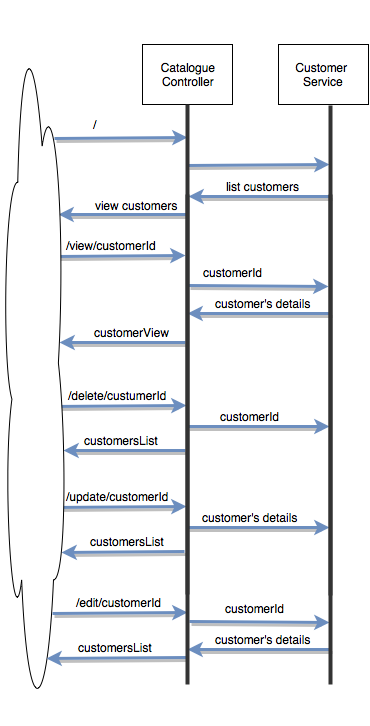
amadeoas/spring-customerform keeps this draw.io diagram as docs/customerform_flowDiagram.png. Above is the earlier version. Source tidied: cells renumbered, new cells last; positions are measured from the earlier drawing's top-left corner, leaving out a move shared by most shapes.
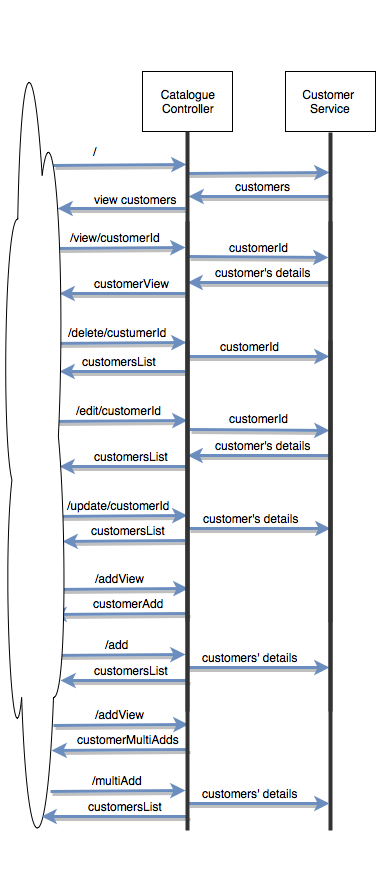
Later version of the same file.

Commit message:
- Update flow diagram

Diff of the diagram source:
```diff
@@ -6,45 +6,46 @@
       <mxGeometry x="141" y="43" width="90" height="60" as="geometry" />
     </mxCell>
     <mxCell id="3" value="Customer&amp;nbsp; Service&lt;br&gt;" style="whiteSpace=wrap;html=1;" parent="1" vertex="1">
-      <mxGeometry x="277" y="43" width="90" height="60" as="geometry" />
+      <mxGeometry x="284" y="43" width="90" height="60" as="geometry" />
     </mxCell>
-    <mxCell id="4" style="endArrow=classic;html=1;plain-blue;shadow=1;strokeWidth=3;entryX=0.067;entryY=0.5;entryPerimeter=0;" parent="1" edge="1" target="32">
+    <mxCell id="4" style="endArrow=classic;html=1;plain-blue;shadow=1;strokeWidth=3;entryX=0.067;entryY=0.5;entryPerimeter=0;" parent="1" edge="1">
       <mxGeometry relative="1" as="geometry">
-        <mxPoint x="53" y="137" as="sourcePoint" />
+        <mxPoint x="52" y="137" as="sourcePoint" />
+        <mxPoint x="185" y="136" as="targetPoint" />
       </mxGeometry>
     </mxCell>
     <mxCell id="5" style="endArrow=classic;html=1;strokeWidth=3;shadow=1;plain-blue;entryX=0.158;entryY=0.6;entryPerimeter=0;" parent="1" edge="1">
-      <mxGeometry x="196" y="191" as="geometry">
-        <mxPoint x="186" y="164" as="sourcePoint" />
-        <mxPoint x="328" y="163" as="targetPoint" />
+      <mxGeometry x="196" y="172" as="geometry">
+        <mxPoint x="186" y="145" as="sourcePoint" />
+        <mxPoint x="328" y="144" as="targetPoint" />
       </mxGeometry>
     </mxCell>
     <mxCell id="6" style="endArrow=classic;html=1;entryX=0.348;entryY=0.4;entryPerimeter=0;strokeWidth=3;shadow=1;plain-blue;" parent="1" edge="1">
-      <mxGeometry x="81" y="211" as="geometry">
-        <mxPoint x="329" y="195" as="sourcePoint" />
-        <mxPoint x="187" y="195" as="targetPoint" />
+      <mxGeometry x="81" y="184" as="geometry">
+        <mxPoint x="329" y="168" as="sourcePoint" />
+        <mxPoint x="187" y="168" as="targetPoint" />
       </mxGeometry>
     </mxCell>
-    <mxCell id="7" value="list customers&lt;br&gt;" style="text;html=1;align=center;verticalAlign=middle;labelBackgroundColor=#ffffff;" parent="6" vertex="1">
+    <mxCell id="7" value="customers&lt;br&gt;" style="text;html=1;align=center;verticalAlign=middle;labelBackgroundColor=#ffffff;" parent="6" vertex="1">
       <mxGeometry x="-0.39" y="-2" relative="1" as="geometry">
         <mxPoint x="-25" y="-9" as="offset" />
       </mxGeometry>
     </mxCell>
     <mxCell id="8" style="endArrow=classic;html=1;plain-blue;shadow=1;strokeWidth=3;entryX=0.308;entryY=0.5;entryPerimeter=0;" parent="1" edge="1">
-      <mxGeometry x="67" y="282" as="geometry">
-        <mxPoint x="57" y="255" as="sourcePoint" />
-        <mxPoint x="184" y="254" as="targetPoint" />
+      <mxGeometry x="67" y="247" as="geometry">
+        <mxPoint x="57" y="220" as="sourcePoint" />
+        <mxPoint x="184" y="219" as="targetPoint" />
       </mxGeometry>
     </mxCell>
     <mxCell id="9" value="/view/customerId" style="text;html=1;align=center;verticalAlign=middle;labelBackgroundColor=#ffffff;" parent="8" vertex="1">
       <mxGeometry x="-0.39" y="-2" relative="1" as="geometry">
-        <mxPoint x="13" y="-13" as="offset" />
+        <mxPoint x="17" y="-13" as="offset" />
       </mxGeometry>
     </mxCell>
     <mxCell id="10" style="endArrow=classic;html=1;plain-blue;shadow=1;strokeWidth=3;entryX=0.582;entryY=0.2;entryPerimeter=0;" parent="1" edge="1">
-      <mxGeometry x="60" y="431" as="geometry">
-        <mxPoint x="50" y="405" as="sourcePoint" />
-        <mxPoint x="185" y="404" as="targetPoint" />
+      <mxGeometry x="60" y="341" as="geometry">
+        <mxPoint x="50" y="315" as="sourcePoint" />
+        <mxPoint x="185" y="314" as="targetPoint" />
       </mxGeometry>
     </mxCell>
     <mxCell id="11" value="/delete/custumerId" style="text;html=1;align=center;verticalAlign=middle;labelBackgroundColor=#ffffff;" parent="10" vertex="1">
@@ -53,11 +54,11 @@
       </mxGeometry>
     </mxCell>
     <mxCell id="12" style="endArrow=classic;html=1;plain-blue;shadow=1;strokeWidth=3;entryX=0.985;entryY=0.648;entryPerimeter=0;" parent="1" edge="1">
-      <mxGeometry x="295" y="330" as="geometry">
-        <mxPoint x="184" y="341" as="sourcePoint" />
-        <mxPoint x="58" y="341" as="targetPoint" />
+      <mxGeometry x="295" y="254" as="geometry">
+        <mxPoint x="184" y="265" as="sourcePoint" />
+        <mxPoint x="58" y="265" as="targetPoint" />
         <Array as="points">
-          <mxPoint x="66" y="341" />
+          <mxPoint x="66" y="265" />
         </Array>
       </mxGeometry>
     </mxCell>
@@ -66,9 +67,10 @@
         <mxPoint x="-15" y="-9" as="offset" />
       </mxGeometry>
     </mxCell>
-    <mxCell id="14" style="endArrow=classic;html=1;strokeWidth=3;shadow=1;plain-blue;entryX=0.923;entryY=0.543;entryPerimeter=0;exitX=0.224;exitY=0.6;exitPerimeter=0;" parent="1" edge="1" source="32">
-      <mxGeometry x="-33" y="221" as="geometry">
-        <mxPoint x="57" y="213" as="targetPoint" />
+    <mxCell id="14" style="endArrow=classic;html=1;strokeWidth=3;shadow=1;plain-blue;entryX=0.923;entryY=0.543;entryPerimeter=0;exitX=0.224;exitY=0.6;exitPerimeter=0;" parent="1" edge="1">
+      <mxGeometry x="-34" y="188" as="geometry">
+        <mxPoint x="184" y="180" as="sourcePoint" />
+        <mxPoint x="56" y="180" as="targetPoint" />
       </mxGeometry>
     </mxCell>
     <mxCell id="15" value="view customers&lt;br&gt;" style="text;html=1;align=center;verticalAlign=middle;labelBackgroundColor=none;" parent="14" vertex="1">
@@ -77,9 +79,9 @@
       </mxGeometry>
     </mxCell>
     <mxCell id="16" style="endArrow=classic;html=1;plain-blue;shadow=1;strokeWidth=3;entryX=0.661;entryY=0.3;entryPerimeter=0;exitX=0.424;exitY=0.4;exitPerimeter=0;" parent="1" edge="1">
-      <mxGeometry x="202" y="307" as="geometry">
-        <mxPoint x="329" y="312" as="sourcePoint" />
-        <mxPoint x="186" y="312" as="targetPoint" />
+      <mxGeometry x="202" y="249" as="geometry">
+        <mxPoint x="329" y="254" as="sourcePoint" />
+        <mxPoint x="186" y="254" as="targetPoint" />
       </mxGeometry>
     </mxCell>
     <mxCell id="17" value="customer's details&lt;br&gt;" style="text;html=1;align=center;verticalAlign=middle;labelBackgroundColor=#ffffff;" parent="16" vertex="1">
@@ -87,10 +89,10 @@
         <mxPoint x="-24" y="-9" as="offset" />
       </mxGeometry>
     </mxCell>
-    <mxCell id="18" style="endArrow=classic;html=1;entryX=0.348;entryY=0.4;entryPerimeter=0;strokeWidth=3;shadow=1;plain-blue;" parent="1" edge="1">
-      <mxGeometry x="-44" y="465" as="geometry">
-        <mxPoint x="184" y="449" as="sourcePoint" />
-        <mxPoint x="62" y="449" as="targetPoint" />
+    <mxCell id="18" style="endArrow=classic;html=1;entryX=0.892;entryY=0.517;entryPerimeter=0;strokeWidth=3;shadow=1;plain-blue;" parent="1" edge="1">
+      <mxGeometry x="-44" y="359" as="geometry">
+        <mxPoint x="184" y="343" as="sourcePoint" />
+        <mxPoint x="58" y="343" as="targetPoint" />
       </mxGeometry>
     </mxCell>
     <mxCell id="19" value="customersList" style="text;html=1;align=center;verticalAlign=middle;labelBackgroundColor=#ffffff;" parent="18" vertex="1">
@@ -99,9 +101,9 @@
       </mxGeometry>
     </mxCell>
     <mxCell id="20" style="endArrow=classic;html=1;strokeWidth=3;shadow=1;plain-blue;entryX=0.61;entryY=0.6;entryPerimeter=0;" parent="1" edge="1">
-      <mxGeometry x="191" y="453" as="geometry">
-        <mxPoint x="186" y="425" as="sourcePoint" />
-        <mxPoint x="328" y="425" as="targetPoint" />
+      <mxGeometry x="191" y="356" as="geometry">
+        <mxPoint x="186" y="328" as="sourcePoint" />
+        <mxPoint x="328" y="328" as="targetPoint" />
       </mxGeometry>
     </mxCell>
     <mxCell id="21" value="customerId" style="text;html=1;align=center;verticalAlign=middle;labelBackgroundColor=#ffffff;" parent="20" vertex="1">
@@ -113,18 +115,20 @@
       <mxGeometry x="90" y="114" width="20" height="20" as="geometry" />
     </mxCell>
     <mxCell id="23" style="endArrow=classic;html=1;strokeWidth=3;shadow=1;plain-blue;" parent="1" edge="1">
-      <mxGeometry x="197" y="311" as="geometry">
-        <mxPoint x="187" y="284" as="sourcePoint" />
-        <mxPoint x="327" y="285" as="targetPoint" />
+      <mxGeometry x="197" y="255" as="geometry">
+        <mxPoint x="187" y="228" as="sourcePoint" />
+        <mxPoint x="327" y="229" as="targetPoint" />
       </mxGeometry>
     </mxCell>
-    <mxCell id="24" value="customerId" style="text;html=1;align=left;verticalAlign=top;spacingTop=-4;" parent="1" vertex="1">
-      <mxGeometry x="200" y="262" width="70" height="20" as="geometry" />
-    </mxCell>
+    <mxCell id="44" value="customerId" style="text;html=1;align=center;verticalAlign=middle;labelBackgroundColor=#ffffff;" parent="23" vertex="1">
+      <mxGeometry relative="1" as="geometry">
+        <mxPoint y="-10" as="offset" />
+      </mxGeometry>
+    </mxCell>
     <mxCell id="25" style="endArrow=classic;html=1;plain-blue;shadow=1;strokeWidth=3;entryX=0.582;entryY=0.2;entryPerimeter=0;" parent="1" edge="1">
-      <mxGeometry x="60" y="532" as="geometry">
-        <mxPoint x="50" y="506" as="sourcePoint" />
-        <mxPoint x="185" y="505" as="targetPoint" />
+      <mxGeometry x="61" y="514" as="geometry">
+        <mxPoint x="51" y="488" as="sourcePoint" />
+        <mxPoint x="186" y="487" as="targetPoint" />
       </mxGeometry>
     </mxCell>
     <mxCell id="26" value="/update/customerId" style="text;html=1;align=center;verticalAlign=middle;labelBackgroundColor=#ffffff;" parent="25" vertex="1">
@@ -133,9 +137,9 @@
       </mxGeometry>
     </mxCell>
     <mxCell id="27" style="endArrow=classic;html=1;strokeWidth=3;shadow=1;plain-blue;exitX=0.894;exitY=-0.1;exitPerimeter=0;entryX=0.969;entryY=0.762;entryPerimeter=0;" parent="1" edge="1">
-      <mxGeometry x="-53" y="566" as="geometry">
-        <mxPoint x="183" y="550" as="sourcePoint" />
-        <mxPoint x="60" y="551" as="targetPoint" />
+      <mxGeometry x="-52" y="528" as="geometry">
+        <mxPoint x="184" y="512" as="sourcePoint" />
+        <mxPoint x="61" y="513" as="targetPoint" />
       </mxGeometry>
     </mxCell>
     <mxCell id="28" value="customersList" style="text;html=1;align=center;verticalAlign=middle;labelBackgroundColor=#ffffff;" parent="27" vertex="1">
@@ -144,9 +148,9 @@
       </mxGeometry>
     </mxCell>
     <mxCell id="29" style="endArrow=classic;html=1;strokeWidth=3;shadow=1;plain-blue;entryX=0.61;entryY=0.6;entryPerimeter=0;" parent="1" edge="1">
-      <mxGeometry x="191" y="554" as="geometry">
-        <mxPoint x="186" y="526" as="sourcePoint" />
-        <mxPoint x="328" y="526" as="targetPoint" />
+      <mxGeometry x="192" y="528" as="geometry">
+        <mxPoint x="187" y="500" as="sourcePoint" />
+        <mxPoint x="329" y="500" as="targetPoint" />
       </mxGeometry>
     </mxCell>
     <mxCell id="30" value="customer's details&lt;br&gt;" style="text;html=1;align=center;verticalAlign=middle;labelBackgroundColor=#ffffff;" parent="29" vertex="1">
@@ -154,19 +158,10 @@
         <mxPoint x="19" y="-13" as="offset" />
       </mxGeometry>
     </mxCell>
-    <mxCell id="31" style="ellipse;shape=cloud;whiteSpace=wrap;html=1;" parent="1" vertex="1">
-      <mxGeometry width="65" height="723" as="geometry" />
-    </mxCell>
-    <mxCell id="32" style="line;direction=south;html=1;strokeColor=#333333;" parent="1" vertex="1">
-      <mxGeometry x="181" y="103" width="10" height="490" as="geometry" />
-    </mxCell>
-    <mxCell id="33" style="line;direction=south;html=1;strokeColor=#333333;" parent="1" vertex="1">
-      <mxGeometry x="324" y="104" width="10" height="490" as="geometry" />
-    </mxCell>
     <mxCell id="34" style="endArrow=classic;html=1;plain-blue;shadow=1;strokeWidth=3;entryX=0.582;entryY=0.2;entryPerimeter=0;" parent="1" edge="1">
-      <mxGeometry x="61" y="638" as="geometry">
-        <mxPoint x="51" y="612" as="sourcePoint" />
-        <mxPoint x="186" y="611" as="targetPoint" />
+      <mxGeometry x="61" y="419" as="geometry">
+        <mxPoint x="51" y="393" as="sourcePoint" />
+        <mxPoint x="186" y="392" as="targetPoint" />
       </mxGeometry>
     </mxCell>
     <mxCell id="35" value="/edit/customerId" style="text;html=1;align=center;verticalAlign=middle;labelBackgroundColor=#ffffff;" parent="34" vertex="1">
@@ -174,21 +169,21 @@
         <mxPoint x="25" y="-13" as="offset" />
       </mxGeometry>
     </mxCell>
-    <mxCell id="36" style="endArrow=classic;html=1;strokeWidth=3;shadow=1;plain-blue;exitX=0.894;exitY=-0.1;exitPerimeter=0;" parent="1" edge="1">
-      <mxGeometry x="-51" y="672" as="geometry">
-        <mxPoint x="185" y="656" as="sourcePoint" />
-        <mxPoint x="45" y="657" as="targetPoint" />
+    <mxCell id="36" style="endArrow=classic;html=1;strokeWidth=3;shadow=1;plain-blue;entryX=0.985;entryY=0.739;entryPerimeter=0;" parent="1" edge="1">
+      <mxGeometry x="-57" y="452" as="geometry">
+        <mxPoint x="186" y="438" as="sourcePoint" />
+        <mxPoint x="58" y="438" as="targetPoint" />
       </mxGeometry>
     </mxCell>
     <mxCell id="37" value="customersList" style="text;html=1;align=center;verticalAlign=middle;labelBackgroundColor=#ffffff;" parent="36" vertex="1">
       <mxGeometry x="-0.39" y="-2" relative="1" as="geometry">
-        <mxPoint x="-28" y="-9" as="offset" />
+        <mxPoint x="-18" y="-9" as="offset" />
       </mxGeometry>
     </mxCell>
     <mxCell id="38" style="endArrow=classic;html=1;plain-blue;shadow=1;strokeWidth=3;entryX=0.661;entryY=0.3;entryPerimeter=0;exitX=0.424;exitY=0.4;exitPerimeter=0;" parent="1" edge="1">
-      <mxGeometry x="202" y="643" as="geometry">
-        <mxPoint x="329" y="648" as="sourcePoint" />
-        <mxPoint x="186" y="648" as="targetPoint" />
+      <mxGeometry x="202" y="422" as="geometry">
+        <mxPoint x="329" y="427" as="sourcePoint" />
+        <mxPoint x="186" y="427" as="targetPoint" />
       </mxGeometry>
     </mxCell>
     <mxCell id="39" value="customer's details&lt;br&gt;" style="text;html=1;align=center;verticalAlign=middle;labelBackgroundColor=#ffffff;" parent="38" vertex="1">
@@ -197,19 +192,142 @@
       </mxGeometry>
     </mxCell>
     <mxCell id="40" style="endArrow=classic;html=1;strokeWidth=3;shadow=1;plain-blue;" parent="1" edge="1">
-      <mxGeometry x="198" y="647" as="geometry">
-        <mxPoint x="188" y="620" as="sourcePoint" />
-        <mxPoint x="328" y="621" as="targetPoint" />
+      <mxGeometry x="198" y="428" as="geometry">
+        <mxPoint x="188" y="401" as="sourcePoint" />
+        <mxPoint x="328" y="402" as="targetPoint" />
       </mxGeometry>
     </mxCell>
+    <mxCell id="45" value="customerId" style="text;html=1;align=center;verticalAlign=middle;labelBackgroundColor=#ffffff;" parent="40" vertex="1">
+      <mxGeometry relative="1" as="geometry">
+        <mxPoint x="-1" y="-12" as="offset" />
+      </mxGeometry>
+    </mxCell>
+    <mxCell id="46" style="endArrow=classic;html=1;plain-blue;shadow=1;strokeWidth=3;entryX=0.582;entryY=0.2;entryPerimeter=0;" parent="1" edge="1">
+      <mxGeometry x="62" y="587" as="geometry">
+        <mxPoint x="52" y="561" as="sourcePoint" />
+        <mxPoint x="187" y="560" as="targetPoint" />
+      </mxGeometry>
+    </mxCell>
+    <mxCell id="47" value="/addView" style="text;html=1;align=center;verticalAlign=middle;labelBackgroundColor=#ffffff;" parent="46" vertex="1">
+      <mxGeometry x="-0.39" y="-2" relative="1" as="geometry">
+        <mxPoint x="25" y="-13" as="offset" />
+      </mxGeometry>
+    </mxCell>
+    <mxCell id="48" style="endArrow=classic;html=1;strokeWidth=3;shadow=1;plain-blue;exitX=0.839;exitY=0.3;exitPerimeter=0;entryX=0.815;entryY=0.837;entryPerimeter=0;" parent="1" edge="1">
+      <mxGeometry x="-55" y="600" as="geometry">
+        <mxPoint x="187" y="585" as="sourcePoint" />
+        <mxPoint x="50" y="586" as="targetPoint" />
+      </mxGeometry>
+    </mxCell>
+    <mxCell id="49" value="customerAdd" style="text;html=1;align=center;verticalAlign=middle;labelBackgroundColor=#ffffff;" parent="48" vertex="1">
+      <mxGeometry x="-0.39" y="-2" relative="1" as="geometry">
+        <mxPoint x="-18" y="-9" as="offset" />
+      </mxGeometry>
+    </mxCell>
+    <mxCell id="50" style="endArrow=classic;html=1;plain-blue;shadow=1;strokeWidth=3;entryX=0.582;entryY=0.2;entryPerimeter=0;" parent="1" edge="1">
+      <mxGeometry x="59" y="653" as="geometry">
+        <mxPoint x="49" y="627" as="sourcePoint" />
+        <mxPoint x="184" y="626" as="targetPoint" />
+      </mxGeometry>
+    </mxCell>
+    <mxCell id="51" value="/add" style="text;html=1;align=center;verticalAlign=middle;labelBackgroundColor=#ffffff;" parent="50" vertex="1">
+      <mxGeometry x="-0.39" y="-2" relative="1" as="geometry">
+        <mxPoint x="25" y="-13" as="offset" />
+      </mxGeometry>
+    </mxCell>
+    <mxCell id="52" style="endArrow=classic;html=1;strokeWidth=3;shadow=1;plain-blue;exitX=0.937;exitY=0.4;exitPerimeter=0;entryX=0.908;entryY=0.78;entryPerimeter=0;" parent="1" edge="1" source="42" target="31">
+      <mxGeometry x="-51" y="668" as="geometry" />
+    </mxCell>
+    <mxCell id="53" value="customersList" style="text;html=1;align=center;verticalAlign=middle;labelBackgroundColor=#ffffff;" parent="52" vertex="1">
+      <mxGeometry x="-0.39" y="-2" relative="1" as="geometry">
+        <mxPoint x="-19" y="-9" as="offset" />
+      </mxGeometry>
+    </mxCell>
+    <mxCell id="54" style="endArrow=classic;html=1;strokeWidth=3;shadow=1;plain-blue;entryX=0.61;entryY=0.6;entryPerimeter=0;" parent="1" edge="1">
+      <mxGeometry x="191" y="667" as="geometry">
+        <mxPoint x="186" y="639" as="sourcePoint" />
+        <mxPoint x="328" y="639" as="targetPoint" />
+      </mxGeometry>
+    </mxCell>
+    <mxCell id="55" value="customers' details&lt;br&gt;" style="text;html=1;align=center;verticalAlign=middle;labelBackgroundColor=#ffffff;" parent="54" vertex="1">
+      <mxGeometry x="-0.39" y="-2" relative="1" as="geometry">
+        <mxPoint x="19" y="-13" as="offset" />
+      </mxGeometry>
+    </mxCell>
+    <mxCell id="42" style="line;direction=south;html=1;strokeColor=#333333;" parent="1" vertex="1">
+      <mxGeometry x="181" y="193" width="10" height="490" as="geometry" />
+    </mxCell>
     <mxCell id="41" style="line;direction=south;html=1;strokeColor=#333333;" parent="1" vertex="1">
       <mxGeometry x="324" y="193" width="10" height="490" as="geometry" />
     </mxCell>
-    <mxCell id="42" style="line;direction=south;html=1;strokeColor=#333333;" parent="1" vertex="1">
-      <mxGeometry x="181" y="193" width="10" height="490" as="geometry" />
-    </mxCell>
-    <mxCell id="43" value="customerId" style="text;html=1;align=left;verticalAlign=top;spacingTop=-4;" parent="1" vertex="1">
-      <mxGeometry x="222" y="598" width="70" height="20" as="geometry" />
-    </mxCell>
+    <mxCell id="32" style="line;direction=south;html=1;strokeColor=#333333;" parent="1" vertex="1">
+      <mxGeometry x="181" y="103" width="10" height="490" as="geometry" />
+    </mxCell>
+    <mxCell id="33" style="line;direction=south;html=1;strokeColor=#333333;" parent="1" vertex="1">
+      <mxGeometry x="324" y="104" width="10" height="490" as="geometry" />
+    </mxCell>
+    <mxCell id="56" style="line;direction=south;html=1;strokeColor=#333333;" parent="1" vertex="1">
+      <mxGeometry x="324" y="312" width="10" height="490" as="geometry" />
+    </mxCell>
+    <mxCell id="31" style="ellipse;shape=cloud;whiteSpace=wrap;html=1;" parent="1" vertex="1">
+      <mxGeometry y="-27" width="65" height="870" as="geometry" />
+    </mxCell>
+    <mxCell id="57" style="endArrow=classic;html=1;plain-blue;shadow=1;strokeWidth=3;entryX=0.582;entryY=0.2;entryPerimeter=0;" parent="1" edge="1">
+      <mxGeometry x="62" y="723" as="geometry">
+        <mxPoint x="52" y="697" as="sourcePoint" />
+        <mxPoint x="187" y="696" as="targetPoint" />
+      </mxGeometry>
+    </mxCell>
+    <mxCell id="58" value="/addView" style="text;html=1;align=center;verticalAlign=middle;labelBackgroundColor=#ffffff;" parent="57" vertex="1">
+      <mxGeometry x="-0.39" y="-2" relative="1" as="geometry">
+        <mxPoint x="25" y="-13" as="offset" />
+      </mxGeometry>
+    </mxCell>
+    <mxCell id="59" style="endArrow=classic;html=1;strokeWidth=3;shadow=1;plain-blue;exitX=0.839;exitY=0.3;exitPerimeter=0;entryX=0.815;entryY=0.837;entryPerimeter=0;" parent="1" edge="1">
+      <mxGeometry x="-55" y="736" as="geometry">
+        <mxPoint x="187" y="721" as="sourcePoint" />
+        <mxPoint x="50" y="722" as="targetPoint" />
+      </mxGeometry>
+    </mxCell>
+    <mxCell id="60" value="customerMultiAdds" style="text;html=1;align=center;verticalAlign=middle;labelBackgroundColor=#ffffff;" parent="59" vertex="1">
+      <mxGeometry x="-0.39" y="-2" relative="1" as="geometry">
+        <mxPoint x="-18" y="-9" as="offset" />
+      </mxGeometry>
+    </mxCell>
+    <mxCell id="61" style="endArrow=classic;html=1;plain-blue;shadow=1;strokeWidth=3;entryX=0.582;entryY=0.2;entryPerimeter=0;" parent="1" edge="1">
+      <mxGeometry x="59" y="789" as="geometry">
+        <mxPoint x="49" y="763" as="sourcePoint" />
+        <mxPoint x="184" y="762" as="targetPoint" />
+      </mxGeometry>
+    </mxCell>
+    <mxCell id="62" value="/multiAdd" style="text;html=1;align=center;verticalAlign=middle;labelBackgroundColor=#ffffff;" parent="61" vertex="1">
+      <mxGeometry x="-0.39" y="-2" relative="1" as="geometry">
+        <mxPoint x="25" y="-13" as="offset" />
+      </mxGeometry>
+    </mxCell>
+    <mxCell id="63" style="endArrow=classic;html=1;strokeWidth=3;shadow=1;plain-blue;exitX=0.937;exitY=0.4;exitPerimeter=0;entryX=0.615;entryY=0.937;entryPerimeter=0;" parent="1" edge="1" target="31">
+      <mxGeometry x="-51" y="804" as="geometry">
+        <mxPoint x="187" y="788" as="sourcePoint" />
+      </mxGeometry>
+    </mxCell>
+    <mxCell id="64" value="customersList" style="text;html=1;align=center;verticalAlign=middle;labelBackgroundColor=#ffffff;" parent="63" vertex="1">
+      <mxGeometry x="-0.39" y="-2" relative="1" as="geometry">
+        <mxPoint x="-19" y="-9" as="offset" />
+      </mxGeometry>
+    </mxCell>
+    <mxCell id="65" style="endArrow=classic;html=1;strokeWidth=3;shadow=1;plain-blue;entryX=0.61;entryY=0.6;entryPerimeter=0;" parent="1" edge="1">
+      <mxGeometry x="191" y="803" as="geometry">
+        <mxPoint x="186" y="775" as="sourcePoint" />
+        <mxPoint x="328" y="775" as="targetPoint" />
+      </mxGeometry>
+    </mxCell>
+    <mxCell id="66" value="customers' details&lt;br&gt;" style="text;html=1;align=center;verticalAlign=middle;labelBackgroundColor=#ffffff;" parent="65" vertex="1">
+      <mxGeometry x="-0.39" y="-2" relative="1" as="geometry">
+        <mxPoint x="19" y="-13" as="offset" />
+      </mxGeometry>
+    </mxCell>
+    <mxCell id="67" style="line;direction=south;html=1;strokeColor=#333333;" parent="1" vertex="1">
+      <mxGeometry x="181" y="312" width="10" height="490" as="geometry" />
+    </mxCell>
   </root>
 </mxGraphModel>
```
